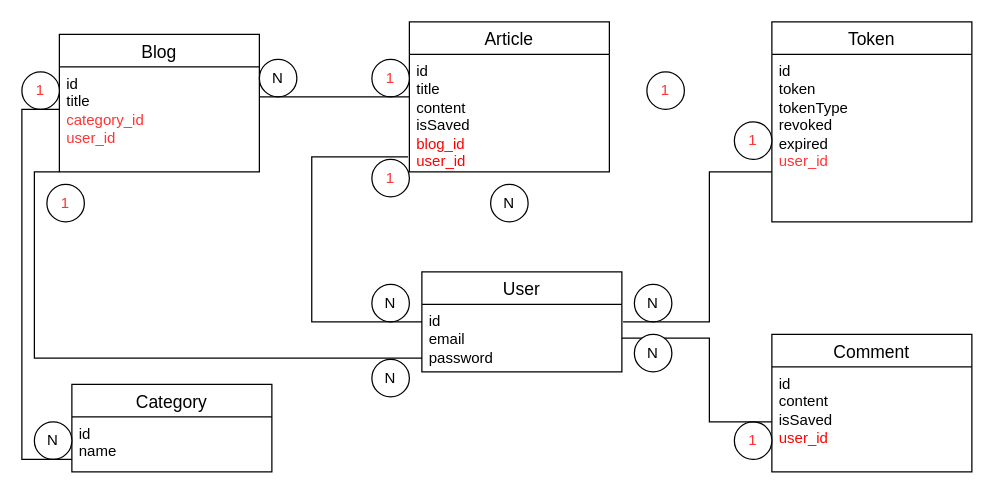
Above: page "MLD" (1 of 8) of Diagramme sans nom.drawio in Ali0908/BDD_UML (draw.io), before the change. Source tidied: cells renumbered, new cells numbered last; positions are measured from the earlier drawing's top-left corner, leaving out a move shared by most shapes. Both pictures are drawn from the tidied source at 125%, with x=0, y=0 at pixel (21, 21).
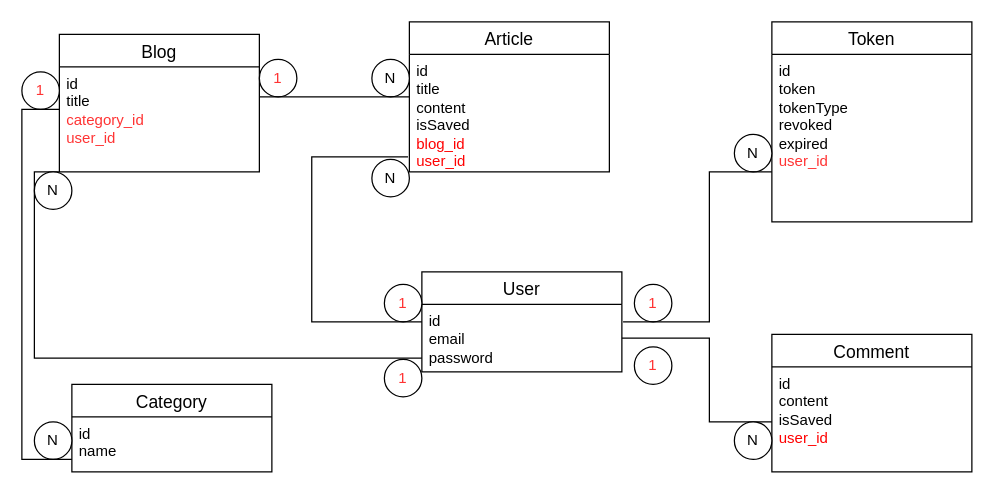
Above is the later version.

Diff of the diagram source:
```diff
@@
     <mxCell id="14" value="&lt;font color=&quot;#ff3333&quot;&gt;1&lt;/font&gt;" style="ellipse;whiteSpace=wrap;html=1;" parent="1" vertex="1">
-      <mxGeometry x="280" y="110" width="30" height="30" as="geometry" />
+      <mxGeometry x="290" y="210" width="30" height="30" as="geometry" />
     </mxCell>
-    <mxCell id="15" value="N" style="ellipse;whiteSpace=wrap;html=1;" parent="1" vertex="1">
-      <mxGeometry x="375" y="130" width="30" height="30" as="geometry" />
-    </mxCell>
     <mxCell id="16" value="&lt;font color=&quot;#ff3333&quot;&gt;1&lt;/font&gt;" style="ellipse;whiteSpace=wrap;html=1;" parent="1" vertex="1">
-      <mxGeometry x="20" y="130" width="30" height="30" as="geometry" />
+      <mxGeometry x="290" y="270" width="30" height="30" as="geometry" />
     </mxCell>
     <mxCell id="17" value="N" style="ellipse;whiteSpace=wrap;html=1;" parent="1" vertex="1">
-      <mxGeometry x="190" y="30" width="30" height="30" as="geometry" />
+      <mxGeometry x="280" y="30" width="30" height="30" as="geometry" />
     </mxCell>
-    <mxCell id="18" value="&lt;font color=&quot;#ff3333&quot;&gt;1&lt;/font&gt;" style="ellipse;whiteSpace=wrap;html=1;" parent="1" vertex="1">
-      <mxGeometry x="500" y="40" width="30" height="30" as="geometry" />
-    </mxCell>
     <mxCell id="19" value="N" style="ellipse;whiteSpace=wrap;html=1;" parent="1" vertex="1">
-      <mxGeometry x="280" y="210" width="30" height="30" as="geometry" />
+      <mxGeometry x="280" y="110" width="30" height="30" as="geometry" />
     </mxCell>
     <mxCell id="20" value="&lt;font color=&quot;#ff3333&quot;&gt;1&lt;/font&gt;" style="ellipse;whiteSpace=wrap;html=1;" parent="1" vertex="1">
-      <mxGeometry x="570" y="80" width="30" height="30" as="geometry" />
+      <mxGeometry x="490" y="210" width="30" height="30" as="geometry" />
     </mxCell>
     <mxCell id="21" value="&lt;font color=&quot;#ff3333&quot;&gt;1&lt;/font&gt;" style="ellipse;whiteSpace=wrap;html=1;" parent="1" vertex="1">
-      <mxGeometry x="570" y="320" width="30" height="30" as="geometry" />
+      <mxGeometry x="490" y="260" width="30" height="30" as="geometry" />
     </mxCell>
     <mxCell id="22" value="N" style="ellipse;whiteSpace=wrap;html=1;" parent="1" vertex="1">
-      <mxGeometry x="490" y="210" width="30" height="30" as="geometry" />
+      <mxGeometry x="570" y="90" width="30" height="30" as="geometry" />
     </mxCell>
@@
     <mxCell id="24" value="&lt;font color=&quot;#ff3333&quot;&gt;1&lt;/font&gt;" style="ellipse;whiteSpace=wrap;html=1;" parent="1" vertex="1">
-      <mxGeometry x="280" y="30" width="30" height="30" as="geometry" />
+      <mxGeometry x="190" y="30" width="30" height="30" as="geometry" />
     </mxCell>
@@
     <mxCell id="32" value="N" style="ellipse;whiteSpace=wrap;html=1;" parent="1" vertex="1">
-      <mxGeometry x="280" y="270" width="30" height="30" as="geometry" />
+      <mxGeometry x="10" y="120" width="30" height="30" as="geometry" />
     </mxCell>
     <mxCell id="33" value="N" style="ellipse;whiteSpace=wrap;html=1;" parent="1" vertex="1">
-      <mxGeometry x="490" y="250" width="30" height="30" as="geometry" />
+      <mxGeometry x="570" y="320" width="30" height="30" as="geometry" />
     </mxCell>
```
